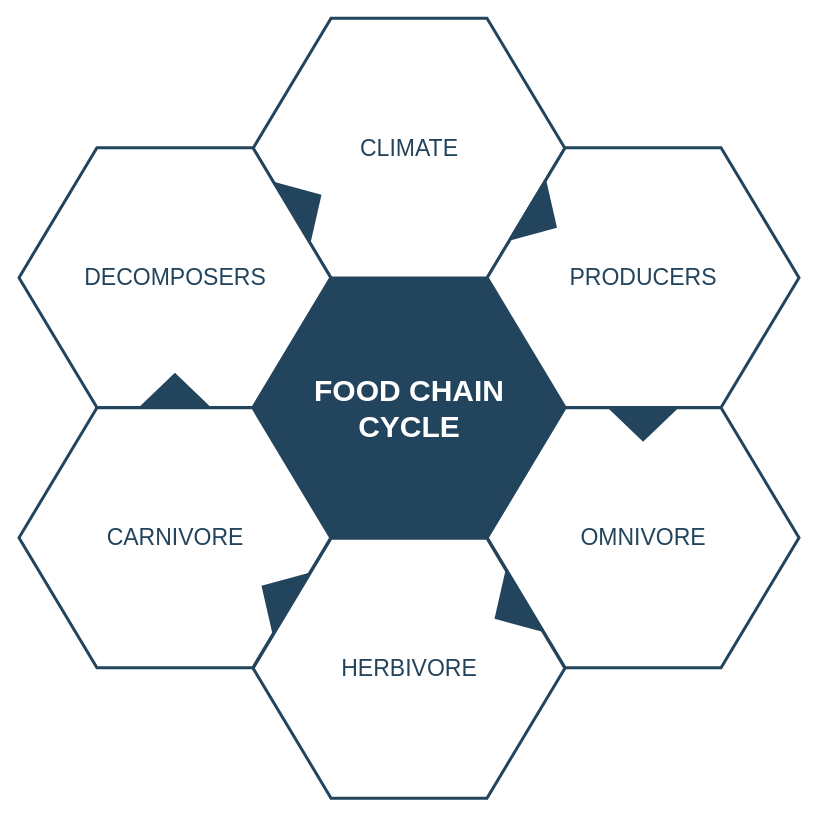
Above: network/数字平台4.drawio in songhongbao/mydrawing (draw.io), before the change. Source tidied: cells renumbered, new cells numbered last; positions are measured from the earlier drawing's top-left corner, leaving out a move shared by most shapes. Both pictures are drawn from the tidied source at 100%, with x=0, y=0 at pixel (18, 18).
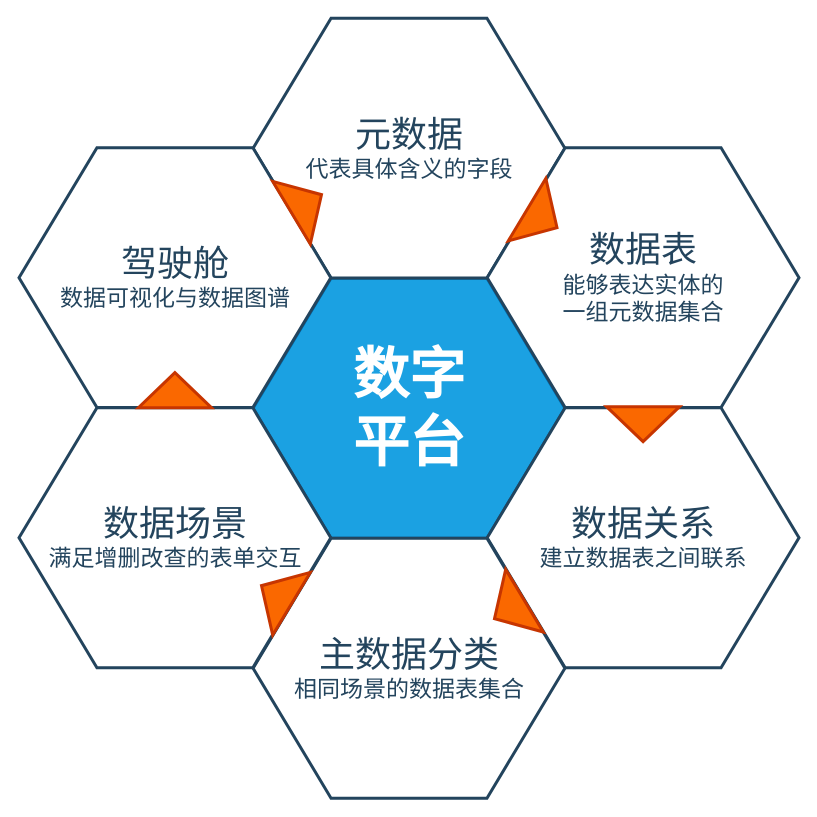
The same diagram, later.

Diff of the diagram source:
```diff
@@
 <mxGraphModel>
   <root>
     <mxCell id="0" />
     <mxCell id="1" parent="0" />
-    <mxCell id="2" value="&lt;font style=&quot;font-size: 30px&quot; color=&quot;#ffffff&quot;&gt;&lt;b&gt;&lt;span&gt;FOOD CHAIN&lt;/span&gt;&lt;br&gt;&lt;span&gt;CYCLE&lt;/span&gt;&lt;/b&gt;&lt;/font&gt;&lt;br&gt;" style="shape=hexagon;perimeter=hexagonPerimeter2;whiteSpace=wrap;html=1;shadow=0;labelBackgroundColor=none;strokeColor=#23445D;fillColor=#23445D;gradientColor=none;fontFamily=Helvetica;fontSize=23;fontColor=#23445d;align=center;strokeWidth=3;" parent="1" vertex="1">
+    <mxCell id="2" value="&lt;font color=&quot;#ffffff&quot; style=&quot;font-size: 56px&quot;&gt;&lt;b&gt;数字&lt;br&gt;平台&lt;/b&gt;&lt;/font&gt;" style="shape=hexagon;perimeter=hexagonPerimeter2;whiteSpace=wrap;html=1;shadow=0;labelBackgroundColor=none;strokeColor=#006EAF;fillColor=#1ba1e2;fontFamily=Helvetica;fontSize=23;fontColor=#ffffff;align=center;strokeWidth=3;" parent="1" vertex="1">
       <mxGeometry x="234.6" y="259.8" width="311.8" height="259.9" as="geometry" />
     </mxCell>
     <mxCell id="3" style="triangle;whiteSpace=wrap;html=1;shadow=0;labelBackgroundColor=none;strokeColor=none;fillColor=#FFFFFF;fontFamily=Helvetica;fontSize=17;fontColor=#23445d;align=center;rotation=90;gradientColor=none;flipV=1;flipH=1;opacity=20;" parent="1" vertex="1">
       <mxGeometry x="115.5" y="277.7" width="72" height="152" as="geometry" />
     </mxCell>
-    <mxCell id="4" value="&lt;font style=&quot;font-size: 23px&quot;&gt;CLIMATE&lt;/font&gt;" style="shape=hexagon;perimeter=hexagonPerimeter2;whiteSpace=wrap;html=1;shadow=0;labelBackgroundColor=none;strokeColor=#23445D;fillColor=#ffffff;gradientColor=none;fontFamily=Helvetica;fontSize=23;fontColor=#23445D;align=center;strokeWidth=3;" parent="1" vertex="1">
+    <mxCell id="4" value="&lt;font&gt;&lt;font style=&quot;font-size: 36px&quot;&gt;元数据&lt;/font&gt;&lt;br&gt;代表具体含义的字段&lt;br&gt;&lt;/font&gt;" style="shape=hexagon;perimeter=hexagonPerimeter2;whiteSpace=wrap;html=1;shadow=0;labelBackgroundColor=none;strokeColor=#23445D;fillColor=#ffffff;gradientColor=none;fontFamily=Helvetica;fontSize=23;fontColor=#23445D;align=center;strokeWidth=3;" parent="1" vertex="1">
       <mxGeometry x="234.6" y="-0.3" width="311.8" height="259.9" as="geometry" />
     </mxCell>
-    <mxCell id="5" value="&lt;font style=&quot;font-size: 23px&quot;&gt;PRODUCERS&lt;/font&gt;" style="shape=hexagon;perimeter=hexagonPerimeter2;whiteSpace=wrap;html=1;shadow=0;labelBackgroundColor=none;strokeColor=#23445D;fillColor=#FFFFFF;gradientColor=none;fontFamily=Helvetica;fontSize=23;fontColor=#23445d;align=center;strokeWidth=3;" parent="1" vertex="1">
+    <mxCell id="5" value="&lt;font&gt;&lt;font style=&quot;font-size: 36px&quot;&gt;数据表&lt;/font&gt;&lt;br&gt;能够表达实体的&lt;br&gt;一组元数据集合&lt;br&gt;&lt;/font&gt;" style="shape=hexagon;perimeter=hexagonPerimeter2;whiteSpace=wrap;html=1;shadow=0;labelBackgroundColor=none;strokeColor=#23445D;fillColor=#FFFFFF;gradientColor=none;fontFamily=Helvetica;fontSize=23;fontColor=#23445d;align=center;strokeWidth=3;" parent="1" vertex="1">
       <mxGeometry x="468.7" y="129.2" width="311.8" height="259.9" as="geometry" />
     </mxCell>
-    <mxCell id="6" value="&lt;font style=&quot;font-size: 23px&quot;&gt;OMNIVORE&lt;/font&gt;" style="shape=hexagon;perimeter=hexagonPerimeter2;whiteSpace=wrap;html=1;shadow=0;labelBackgroundColor=none;strokeColor=#23445D;fillColor=#FFFFFF;gradientColor=none;fontFamily=Helvetica;fontSize=23;fontColor=#23445d;align=center;strokeWidth=3;" parent="1" vertex="1">
+    <mxCell id="6" value="&lt;font&gt;&lt;font style=&quot;font-size: 36px&quot;&gt;数据关系&lt;/font&gt;&lt;br&gt;建立数据表之间联系&lt;br&gt;&lt;/font&gt;" style="shape=hexagon;perimeter=hexagonPerimeter2;whiteSpace=wrap;html=1;shadow=0;labelBackgroundColor=none;strokeColor=#23445D;fillColor=#FFFFFF;gradientColor=none;fontFamily=Helvetica;fontSize=23;fontColor=#23445d;align=center;strokeWidth=3;" parent="1" vertex="1">
       <mxGeometry x="468.7" y="389.3" width="311.8" height="259.9" as="geometry" />
     </mxCell>
-    <mxCell id="7" value="&lt;font style=&quot;font-size: 23px&quot;&gt;HERBIVORE&lt;/font&gt;" style="shape=hexagon;perimeter=hexagonPerimeter2;whiteSpace=wrap;html=1;shadow=0;labelBackgroundColor=none;strokeColor=#23445D;fillColor=#FFFFFF;gradientColor=none;fontFamily=Helvetica;fontSize=23;fontColor=#23445d;align=center;strokeWidth=3;" parent="1" vertex="1">
+    <mxCell id="7" value="&lt;font&gt;&lt;font style=&quot;font-size: 36px&quot;&gt;主数据分类&lt;/font&gt;&lt;br&gt;相同场景的数据表集合&lt;br&gt;&lt;/font&gt;" style="shape=hexagon;perimeter=hexagonPerimeter2;whiteSpace=wrap;html=1;shadow=0;labelBackgroundColor=none;strokeColor=#23445D;fillColor=#FFFFFF;gradientColor=none;fontFamily=Helvetica;fontSize=23;fontColor=#23445d;align=center;strokeWidth=3;" parent="1" vertex="1">
       <mxGeometry x="234.6" y="519.8" width="311.8" height="259.9" as="geometry" />
     </mxCell>
-    <mxCell id="8" value="&lt;font style=&quot;font-size: 23px&quot;&gt;CARNIVORE&lt;/font&gt;" style="shape=hexagon;perimeter=hexagonPerimeter2;whiteSpace=wrap;html=1;shadow=0;labelBackgroundColor=none;strokeColor=#23445D;fillColor=#FFFFFF;gradientColor=none;fontFamily=Helvetica;fontSize=23;fontColor=#23445d;align=center;strokeWidth=3;" parent="1" vertex="1">
+    <mxCell id="8" value="&lt;font&gt;&lt;font style=&quot;font-size: 36px&quot;&gt;数据场景&lt;/font&gt;&lt;br&gt;满足增删改查的表单交互&lt;br&gt;&lt;/font&gt;" style="shape=hexagon;perimeter=hexagonPerimeter2;whiteSpace=wrap;html=1;shadow=0;labelBackgroundColor=none;strokeColor=#23445D;fillColor=#FFFFFF;gradientColor=none;fontFamily=Helvetica;fontSize=23;fontColor=#23445d;align=center;strokeWidth=3;" parent="1" vertex="1">
       <mxGeometry x="0.5" y="389.3" width="311.8" height="259.9" as="geometry" />
     </mxCell>
-    <mxCell id="9" value="&lt;font style=&quot;font-size: 23px;&quot;&gt;DECOMPOSERS&lt;/font&gt;" style="shape=hexagon;perimeter=hexagonPerimeter2;whiteSpace=wrap;html=1;shadow=0;labelBackgroundColor=none;strokeColor=#23445D;fillColor=#ffffff;gradientColor=none;fontFamily=Helvetica;fontSize=23;fontColor=#23445D;align=center;strokeWidth=3;" parent="1" vertex="1">
+    <mxCell id="9" value="&lt;font&gt;&lt;font style=&quot;font-size: 36px&quot;&gt;驾驶舱&lt;/font&gt;&lt;br&gt;数据可视化与数据图谱&lt;br&gt;&lt;/font&gt;" style="shape=hexagon;perimeter=hexagonPerimeter2;whiteSpace=wrap;html=1;shadow=0;labelBackgroundColor=none;strokeColor=#23445D;fillColor=#ffffff;gradientColor=none;fontFamily=Helvetica;fontSize=23;fontColor=#23445D;align=center;strokeWidth=3;" parent="1" vertex="1">
       <mxGeometry x="0.5" y="129.2" width="311.8" height="259.9" as="geometry" />
     </mxCell>
-    <mxCell id="10" style="triangle;whiteSpace=wrap;html=1;shadow=0;labelBackgroundColor=none;strokeColor=none;fillColor=#23445D;fontFamily=Helvetica;fontSize=17;fontColor=#23445d;align=center;rotation=31;gradientColor=none;strokeWidth=3;" parent="1" vertex="1">
+    <mxCell id="10" style="triangle;whiteSpace=wrap;html=1;shadow=0;labelBackgroundColor=none;strokeColor=#C73500;fillColor=#fa6800;fontFamily=Helvetica;fontSize=17;fontColor=#000000;align=center;rotation=31;strokeWidth=3;" parent="1" vertex="1">
       <mxGeometry x="506" y="163.7" width="35" height="73" as="geometry" />
     </mxCell>
-    <mxCell id="11" style="triangle;whiteSpace=wrap;html=1;shadow=0;labelBackgroundColor=none;strokeColor=none;fillColor=#23445D;fontFamily=Helvetica;fontSize=17;fontColor=#23445d;align=center;rotation=31;gradientColor=none;flipH=1;strokeWidth=3;" parent="1" vertex="1">
+    <mxCell id="11" style="triangle;whiteSpace=wrap;html=1;shadow=0;labelBackgroundColor=none;strokeColor=#C73500;fillColor=#fa6800;fontFamily=Helvetica;fontSize=17;fontColor=#000000;align=center;rotation=31;flipH=1;strokeWidth=3;" parent="1" vertex="1">
       <mxGeometry x="240.5" y="539.7" width="35" height="73" as="geometry" />
     </mxCell>
-    <mxCell id="12" style="triangle;whiteSpace=wrap;html=1;shadow=0;labelBackgroundColor=none;strokeColor=none;fillColor=#23445D;fontFamily=Helvetica;fontSize=17;fontColor=#23445d;align=center;rotation=329;gradientColor=none;strokeWidth=3;" parent="1" vertex="1">
+    <mxCell id="12" style="triangle;whiteSpace=wrap;html=1;shadow=0;labelBackgroundColor=none;strokeColor=#C73500;fillColor=#fa6800;fontFamily=Helvetica;fontSize=17;fontColor=#000000;align=center;rotation=329;strokeWidth=3;" parent="1" vertex="1">
       <mxGeometry x="270.5" y="148.7" width="35" height="73" as="geometry" />
     </mxCell>
-    <mxCell id="13" style="triangle;whiteSpace=wrap;html=1;shadow=0;labelBackgroundColor=none;strokeColor=none;fillColor=#23445D;fontFamily=Helvetica;fontSize=17;fontColor=#23445d;align=center;rotation=329;gradientColor=none;flipH=1;strokeWidth=3;" parent="1" vertex="1">
+    <mxCell id="13" style="triangle;whiteSpace=wrap;html=1;shadow=0;labelBackgroundColor=none;strokeColor=#C73500;fillColor=#fa6800;fontFamily=Helvetica;fontSize=17;fontColor=#000000;align=center;rotation=329;flipH=1;strokeWidth=3;" parent="1" vertex="1">
       <mxGeometry x="473.5" y="554.7" width="35" height="73" as="geometry" />
     </mxCell>
-    <mxCell id="14" style="triangle;whiteSpace=wrap;html=1;shadow=0;labelBackgroundColor=none;strokeColor=none;fillColor=#23445D;fontFamily=Helvetica;fontSize=17;fontColor=#23445d;align=center;rotation=90;gradientColor=none;strokeWidth=3;" parent="1" vertex="1">
+    <mxCell id="14" style="triangle;whiteSpace=wrap;html=1;shadow=0;labelBackgroundColor=none;strokeColor=#C73500;fillColor=#fa6800;fontFamily=Helvetica;fontSize=17;fontColor=#000000;align=center;rotation=90;strokeWidth=3;" parent="1" vertex="1">
       <mxGeometry x="607.1" y="369.2" width="35" height="73" as="geometry" />
     </mxCell>
-    <mxCell id="15" style="triangle;whiteSpace=wrap;html=1;shadow=0;labelBackgroundColor=none;strokeColor=none;fillColor=#23445D;fontFamily=Helvetica;fontSize=17;fontColor=#23445d;align=center;rotation=90;gradientColor=none;flipH=1;strokeWidth=3;" parent="1" vertex="1">
+    <mxCell id="15" style="triangle;whiteSpace=wrap;html=1;shadow=0;labelBackgroundColor=none;strokeColor=#C73500;fillColor=#fa6800;fontFamily=Helvetica;fontSize=17;fontColor=#000000;align=center;rotation=90;flipH=1;strokeWidth=3;" parent="1" vertex="1">
       <mxGeometry x="138.9" y="335.2" width="35" height="73" as="geometry" />
     </mxCell>
   </root>
 </mxGraphModel>
```
